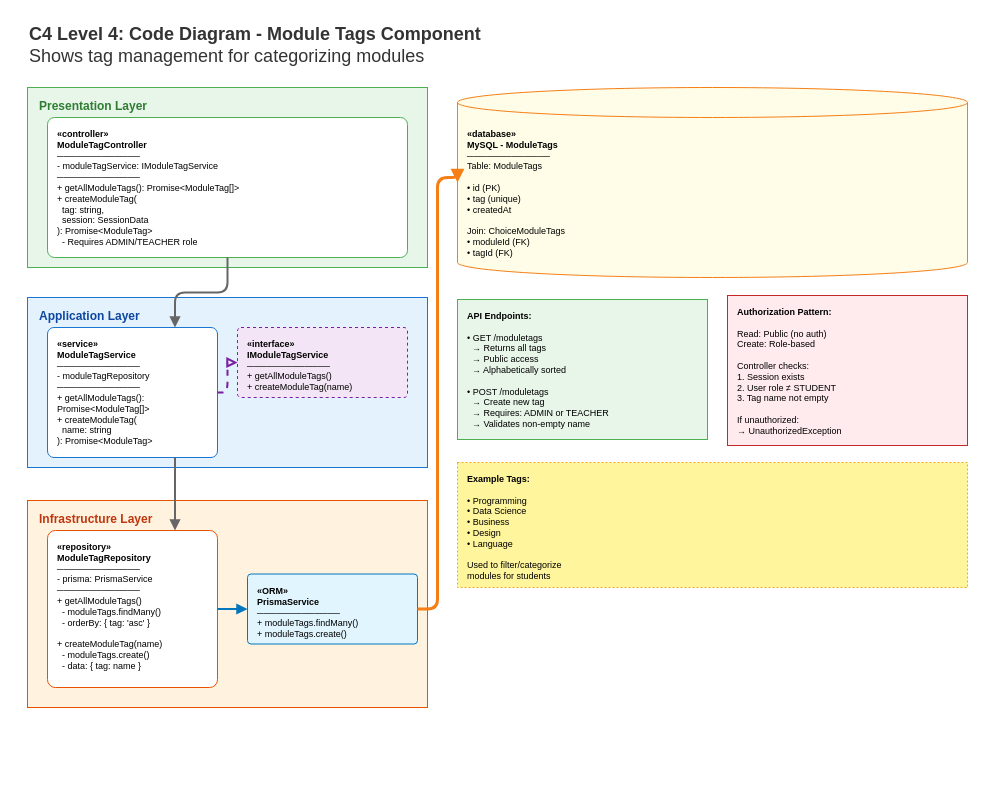
Before: page "Moduletags" (6 of 7) of C4-Model/Level 4.drawio in CompassGPT/Documentation, a draw.io diagram. Source tidied: cells renumbered, new cells numbered last; positions are measured from the earlier drawing's top-left corner, leaving out a move shared by most shapes. Both pictures are drawn from the tidied source at 100%, with x=0, y=0 at pixel (27, 17).
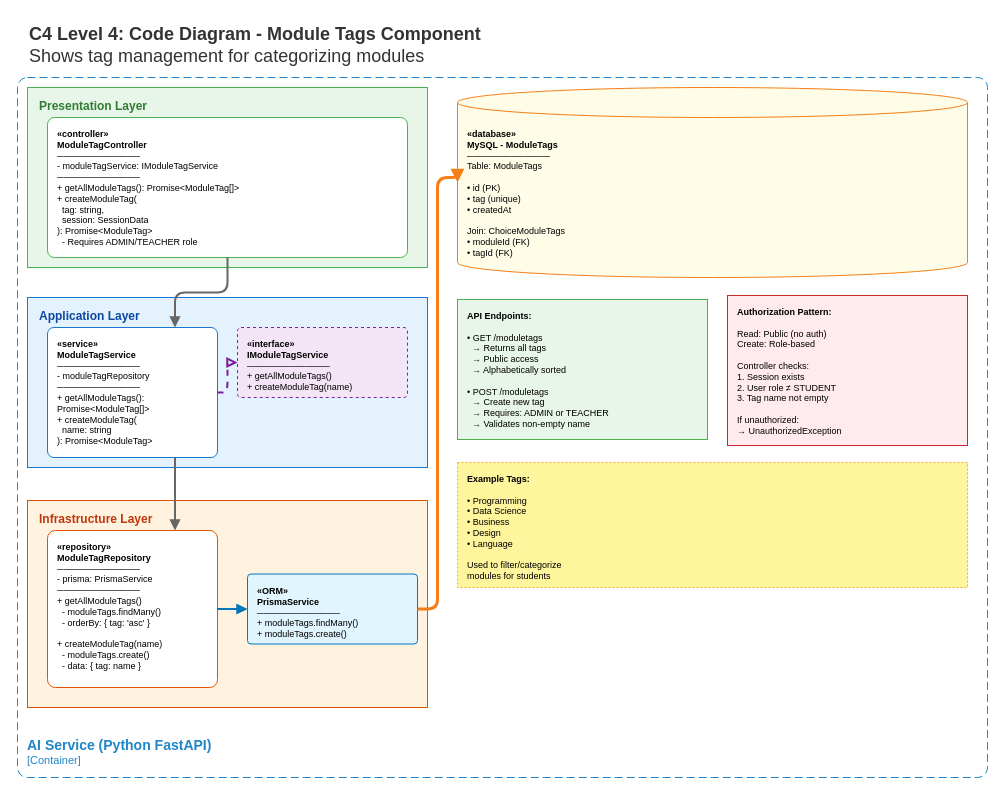
The same diagram, later.

Commit message (it also covers changes not shown here):
Refactor C4 Model diagrams: Adjust page heights, add service layer, and update function labels for clarity

What changed in the source:
```diff
@@
+    <mxCell id="20" value="&lt;font style=&quot;font-size: 14px&quot;&gt;&lt;b&gt;&lt;div style=&quot;text-align: left&quot;&gt;AI Service (Python FastAPI)&lt;/div&gt;&lt;/b&gt;&lt;/font&gt;&lt;div style=&quot;text-align: left&quot;&gt;[Container]&lt;/div&gt;" style="rounded=1;fontSize=11;whiteSpace=wrap;html=1;dashed=1;arcSize=20;fillColor=none;strokeColor=#2086C9;fontColor=#2086C9;labelBackgroundColor=none;align=left;verticalAlign=bottom;labelBorderColor=none;spacingTop=0;spacing=10;dashPattern=8 4;perimeter=rectanglePerimeter;noLabel=0;labelPadding=0;absoluteArcSize=1;" parent="1" vertex="1">
+      <mxGeometry x="-10" y="60" width="970" height="700" as="geometry" />
+    </mxCell>
```
